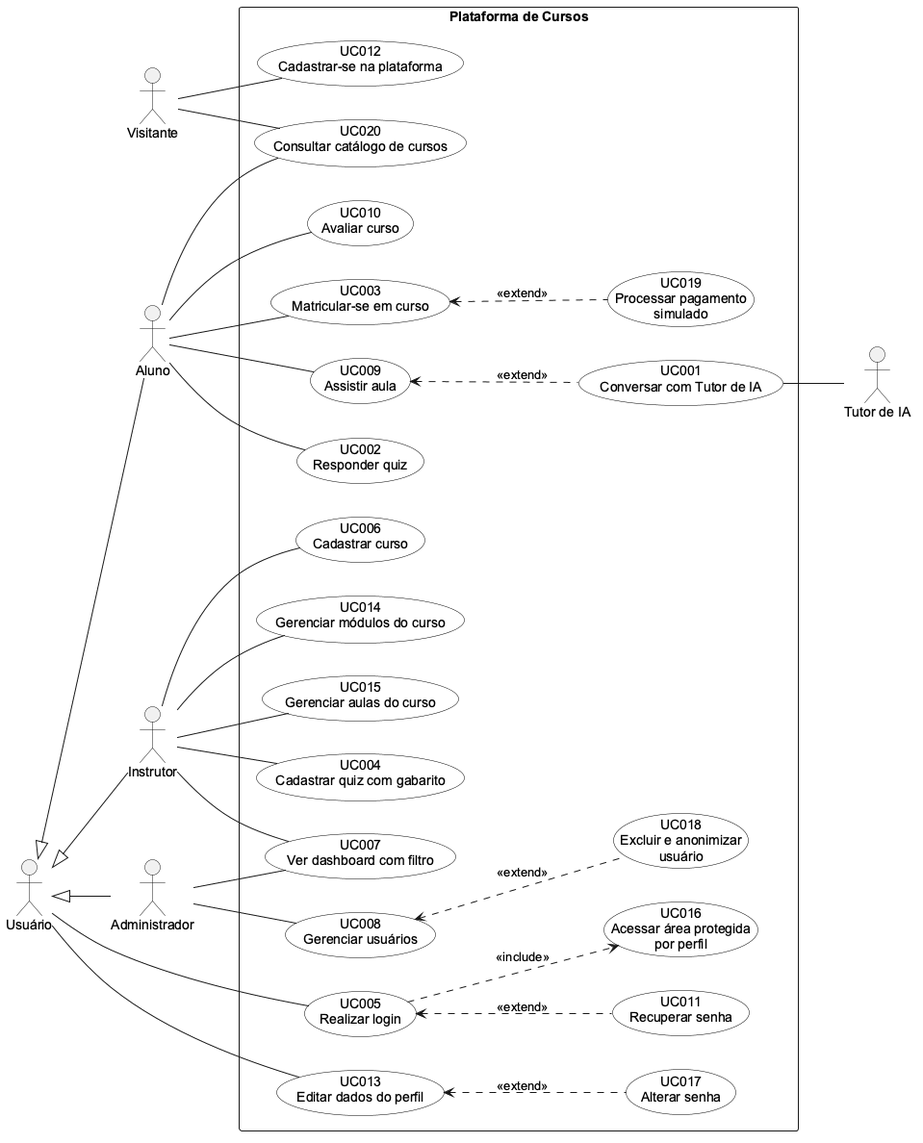
Plataforma-de-Cursos-TCC/plataforma-cursos-docs keeps this PlantUML diagram as especificacao/diagramas/09-casos-de-uso.png. Above is the earlier version.
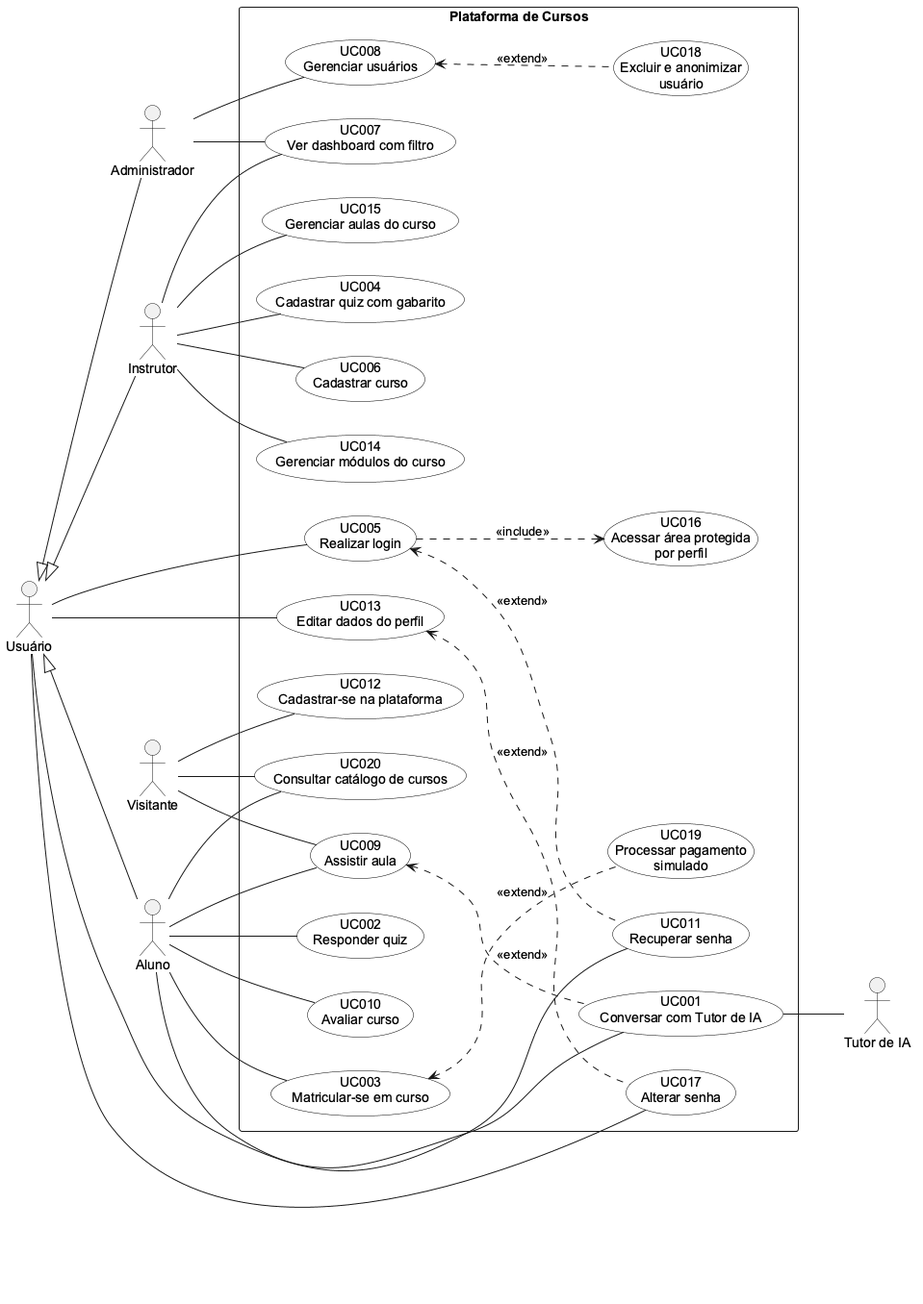
Above is the later version.

What changed in the source:
```diff
@@ -45,10 +45,13 @@
 VIS -- UC012
 VIS -- UC020
 USU -- UC005
+USU -- UC011
 USU -- UC013
+USU -- UC017
 ALU -- UC003
 ALU -- UC020
 ALU -- UC009
+VIS -- UC009
 ALU -- UC002
 ALU -- UC010
 INS -- UC006
@@ -59,6 +62,7 @@
 ADM -- UC007
 ADM -- UC008
 UC001 -- TUT
+ALU -- UC001
 
 UC005 ..> UC016 : <<include>>
 UC005 <.. UC011 : <<extend>>
```
